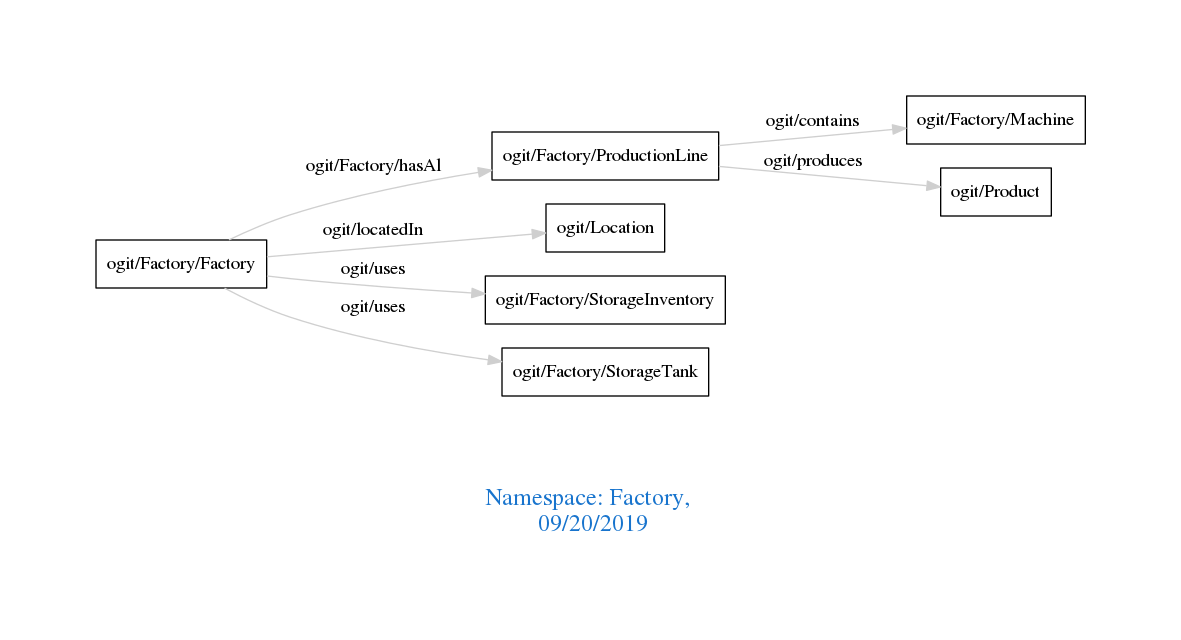
Earlier version of the Graphviz export downloads/Factory.png (arago/OGIT). Its source is kept beside it as downloads/Factory.dot.
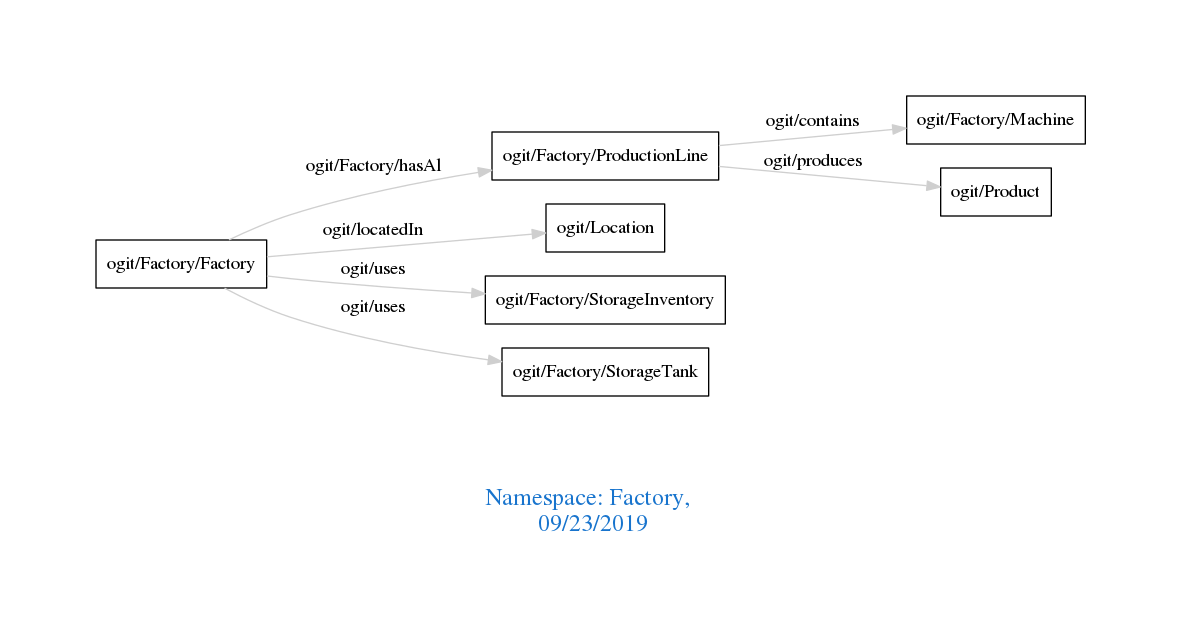
Later version of the same file.

The edit, as a diff of the source:
```diff
@@ -1,7 +1,7 @@
 digraph OGIT_ontology {
  graph [ rankdir= LR,pad=1
 fontsize = 18,
-fontcolor= dodgerblue3,label = "\n\n\nNamespace: Factory, \n 09/20/2019"];
+fontcolor= dodgerblue3,label = "\n\n\nNamespace: Factory, \n 09/23/2019"];
 node[shape=polygon];
 edge [  color="gray81"];
 
```
